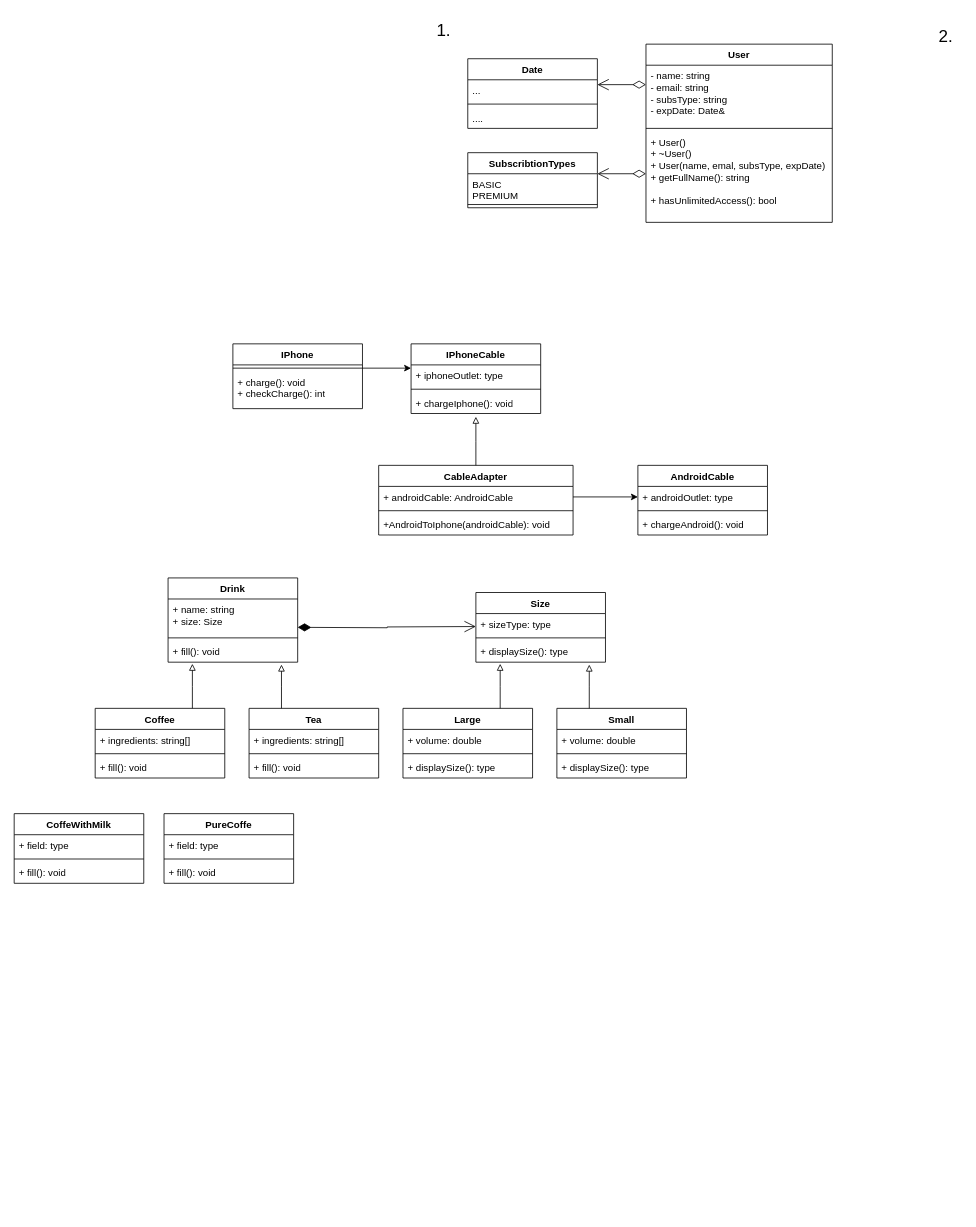
Before: dz3.drawio in peerpressurre/diagrams, a draw.io diagram. Source tidied: cells renumbered, new cells numbered last; positions are measured from the earlier drawing's top-left corner, leaving out a move shared by most shapes. Both pictures are drawn from the tidied source at 81%, with x=0, y=0 at pixel (14, 14).
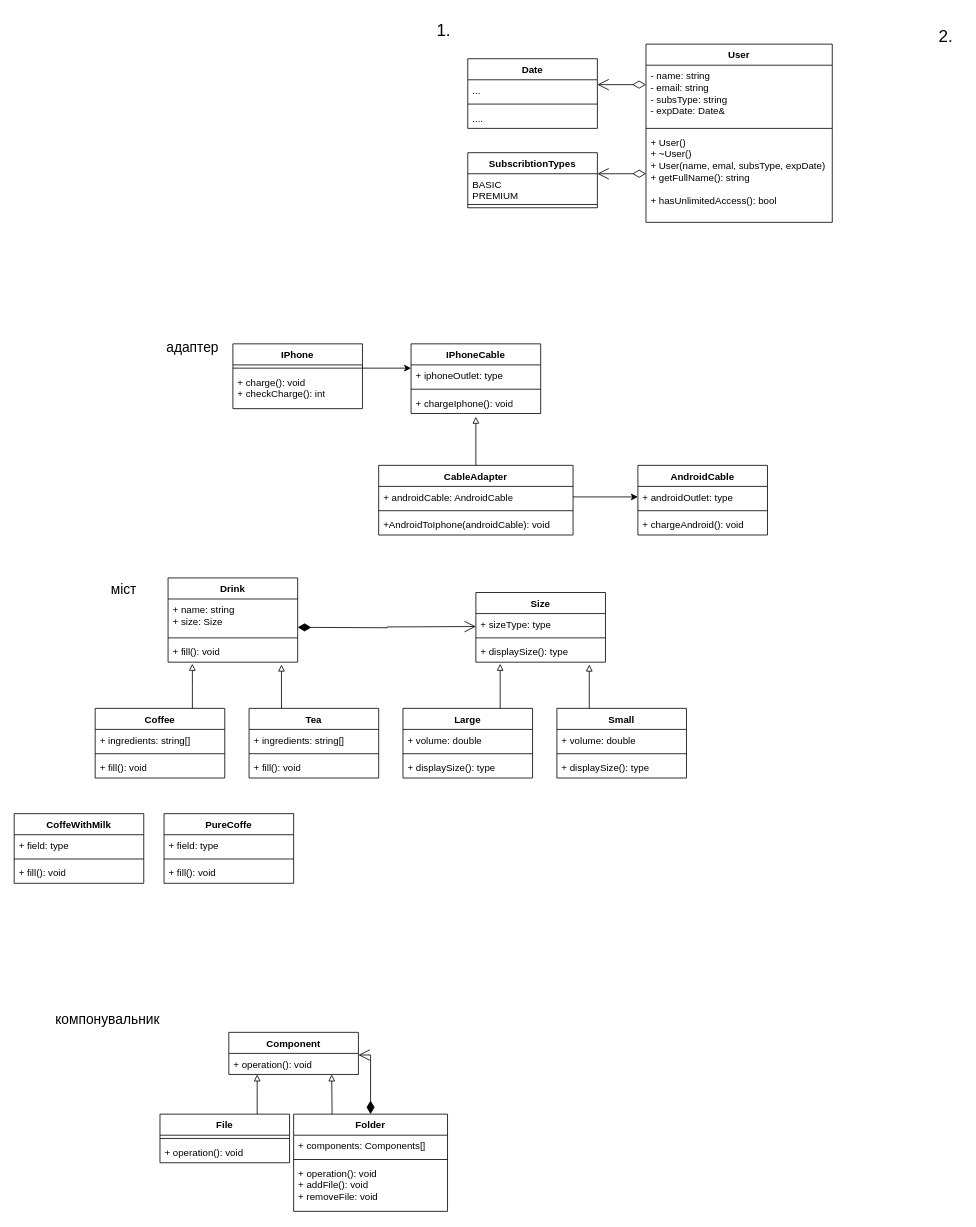
After the change.

Change to the diagram source:
```diff
@@
+    <mxCell id="72" value="&lt;font style=&quot;font-size: 17px;&quot;&gt;міст&lt;/font&gt;" style="text;html=1;align=center;verticalAlign=middle;strokeColor=none;fillColor=none;" parent="1" vertex="1">
+      <mxGeometry x="105" y="696" width="60" height="30" as="geometry" />
+    </mxCell>
+    <mxCell id="73" value="&lt;font style=&quot;font-size: 17px;&quot;&gt;адаптер&lt;/font&gt;" style="text;html=1;align=center;verticalAlign=middle;strokeColor=none;fillColor=none;" parent="1" vertex="1">
+      <mxGeometry x="175" y="397" width="90" height="30" as="geometry" />
+    </mxCell>
+    <mxCell id="74" value="&lt;font style=&quot;font-size: 17px;&quot;&gt;компонувальник&lt;/font&gt;" style="text;html=1;align=center;verticalAlign=middle;strokeColor=none;fillColor=none;" parent="1" vertex="1">
+      <mxGeometry x="40" y="1227" width="150" height="30" as="geometry" />
+    </mxCell>
+    <mxCell id="75" value="Component" style="swimlane;fontStyle=1;align=center;verticalAlign=top;horizontal=1;startSize=26;whiteSpace=wrap;html=1;" parent="1" vertex="1">
+      <mxGeometry x="265" y="1257" width="160" height="52" as="geometry" />
+    </mxCell>
+    <mxCell id="76" value="+ operation(): void" style="text;strokeColor=none;fillColor=none;align=left;verticalAlign=top;spacingLeft=4;spacingRight=4;overflow=hidden;points=[[0,0.5],[1,0.5]];portConstraint=eastwest;whiteSpace=wrap;html=1;" parent="75" vertex="1">
+      <mxGeometry y="26" width="160" height="26" as="geometry" />
+    </mxCell>
+    <mxCell id="77" value="File" style="swimlane;fontStyle=1;align=center;verticalAlign=top;horizontal=1;startSize=26;whiteSpace=wrap;html=1;" parent="1" vertex="1">
+      <mxGeometry x="180" y="1358" width="160" height="60" as="geometry" />
+    </mxCell>
+    <mxCell id="78" style="line;strokeWidth=1;fillColor=none;align=left;verticalAlign=middle;spacingTop=-1;spacingLeft=3;spacingRight=3;labelPosition=right;strokeColor=inherit;" parent="77" vertex="1">
+      <mxGeometry y="26" width="160" height="8" as="geometry" />
+    </mxCell>
+    <mxCell id="79" value="+ operation(): void" style="text;strokeColor=none;fillColor=none;align=left;verticalAlign=top;spacingLeft=4;spacingRight=4;overflow=hidden;whiteSpace=wrap;html=1;" parent="77" vertex="1">
+      <mxGeometry y="34" width="160" height="26" as="geometry" />
+    </mxCell>
+    <mxCell id="80" value="Folder" style="swimlane;fontStyle=1;align=center;verticalAlign=top;horizontal=1;startSize=26;whiteSpace=wrap;html=1;" parent="1" vertex="1">
+      <mxGeometry x="345" y="1358" width="190" height="120" as="geometry" />
+    </mxCell>
+    <mxCell id="81" value="+ components: Components[]" style="text;strokeColor=none;fillColor=none;align=left;verticalAlign=top;spacingLeft=4;spacingRight=4;overflow=hidden;whiteSpace=wrap;html=1;" parent="80" vertex="1">
+      <mxGeometry y="26" width="190" height="26" as="geometry" />
+    </mxCell>
+    <mxCell id="82" style="line;strokeWidth=1;fillColor=none;align=left;verticalAlign=middle;spacingTop=-1;spacingLeft=3;spacingRight=3;labelPosition=right;strokeColor=inherit;" parent="80" vertex="1">
+      <mxGeometry y="52" width="190" height="8" as="geometry" />
+    </mxCell>
+    <mxCell id="83" value="+ operation(): void&lt;br style=&quot;border-color: var(--border-color);&quot;&gt;+ addFile(): void&lt;br style=&quot;border-color: var(--border-color);&quot;&gt;+ removeFile: void" style="text;strokeColor=none;fillColor=none;align=left;verticalAlign=top;spacingLeft=4;spacingRight=4;overflow=hidden;whiteSpace=wrap;html=1;" parent="80" vertex="1">
+      <mxGeometry y="60" width="190" height="60" as="geometry" />
+    </mxCell>
+    <mxCell id="84" style="edgeStyle=orthogonalEdgeStyle;rounded=0;jettySize=auto;html=1;exitX=0.75;exitY=0;exitDx=0;exitDy=0;entryX=0.094;entryY=0.962;entryDx=0;entryDy=0;entryPerimeter=0;endArrow=block;endFill=0;" parent="1" edge="1" source="77">
+      <mxGeometry relative="1" as="geometry">
+        <mxPoint x="300" y="1309" as="targetPoint" />
+      </mxGeometry>
+    </mxCell>
+    <mxCell id="85" style="edgeStyle=orthogonalEdgeStyle;rounded=0;jettySize=auto;html=1;exitX=0.25;exitY=0;exitDx=0;exitDy=0;entryX=0.95;entryY=0.962;entryDx=0;entryDy=0;entryPerimeter=0;endArrow=block;endFill=0;" parent="1" edge="1" source="80">
+      <mxGeometry relative="1" as="geometry">
+        <mxPoint x="392" y="1309" as="targetPoint" />
+      </mxGeometry>
+    </mxCell>
+    <mxCell id="86" style="endArrow=open;html=1;endSize=12;startArrow=diamondThin;startSize=14;startFill=1;edgeStyle=orthogonalEdgeStyle;align=left;verticalAlign=bottom;rounded=0;entryX=1;entryY=0.077;entryDx=0;entryDy=0;entryPerimeter=0;exitX=0.5;exitY=0;exitDx=0;exitDy=0;" parent="1" edge="1" source="80" target="76">
+      <mxGeometry x="-0.75" y="-20" relative="1" as="geometry" />
+    </mxCell>
```
